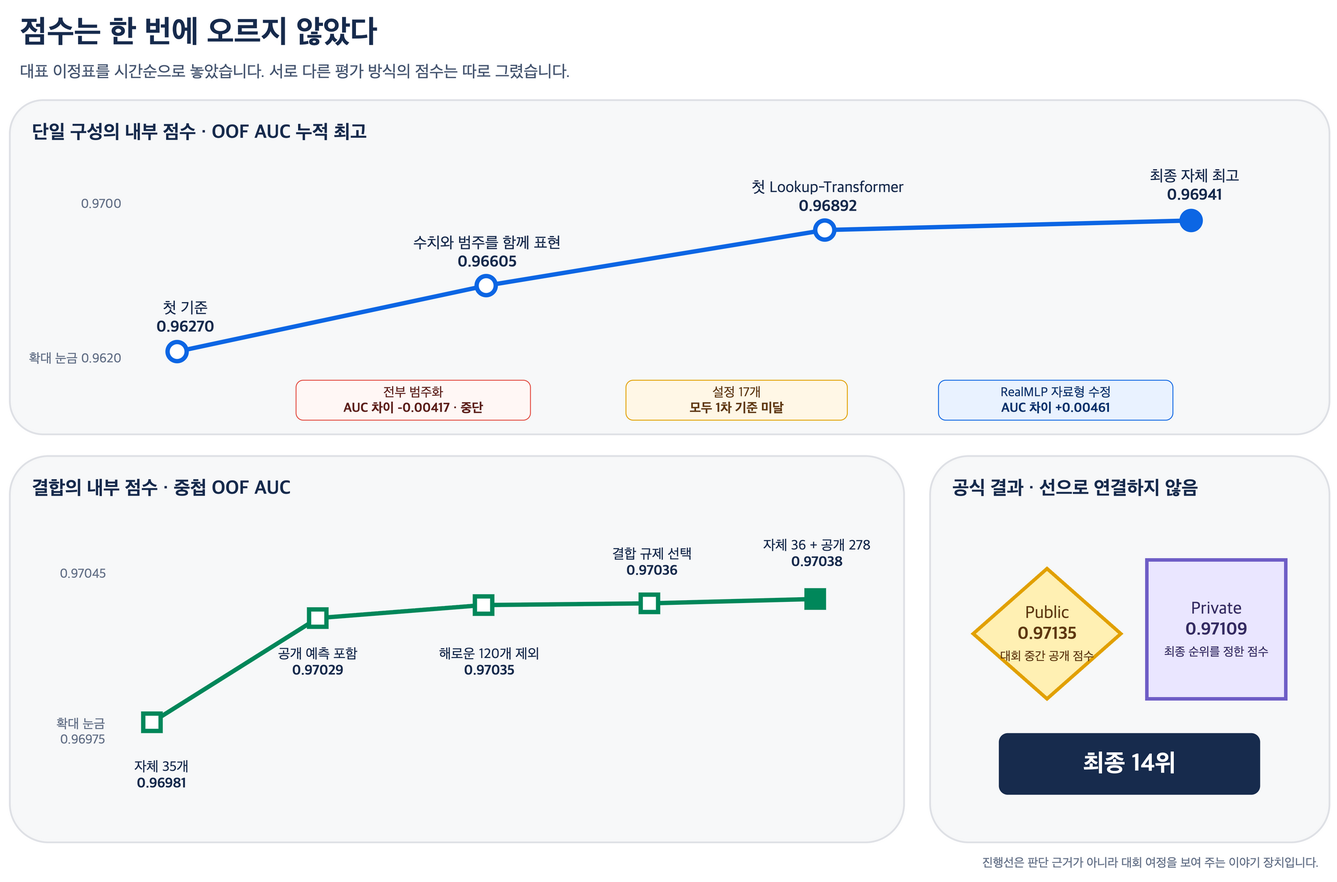
This is docs/prototypes/issue603-assets/score-progression.drawio.png from tmheo/predicting-smartphone-addiction, a draw.io export, as it was before one commit. Source tidied: cells renumbered, new cells last; positions are measured from the earlier drawing's top-left corner, leaving out a move shared by most shapes.
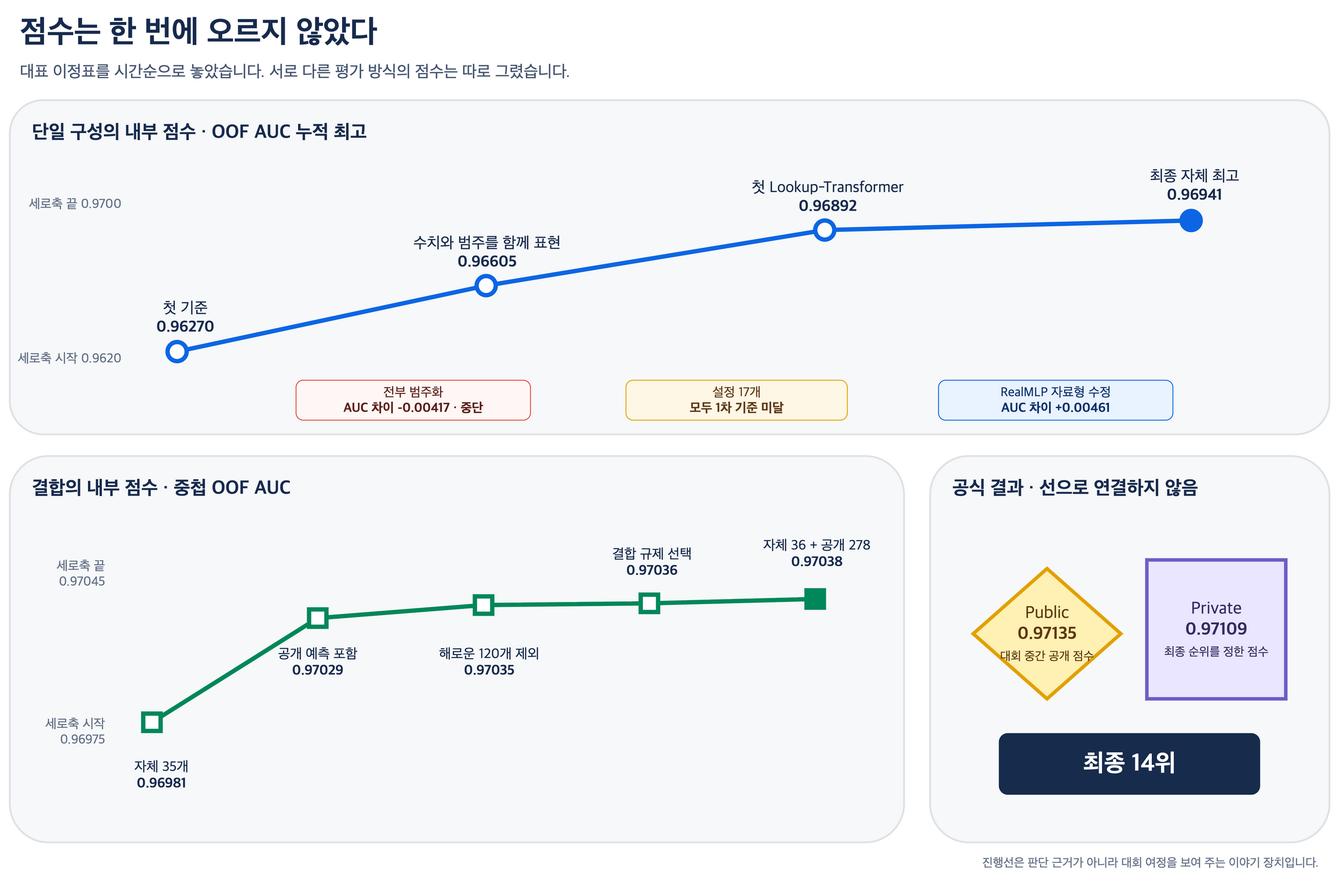
Later version of the same file.

The edit, as a diff of the source:
```diff
@@ -11,10 +11,10 @@
     <mxCell id="4" value="단일 구성의 내부 점수 · OOF AUC 누적 최고" style="rounded=1;whiteSpace=wrap;html=1;arcSize=10;fillColor=#F7F8F9;strokeColor=#DFE1E6;strokeWidth=2;fontFamily=Apple SD Gothic Neo;fontSize=22;fontStyle=1;fontColor=#172B4D;align=left;spacingLeft=24;verticalAlign=top;spacingTop=18;" parent="1" vertex="1">
       <mxGeometry y="105" width="1520" height="385" as="geometry" />
     </mxCell>
-    <mxCell id="5" value="확대 눈금 0.9620" style="text;html=1;align=right;verticalAlign=middle;fontFamily=Apple SD Gothic Neo;fontSize=15;fontColor=#626F86;" parent="1" vertex="1">
+    <mxCell id="5" value="세로축 시작 0.9620" style="text;html=1;align=right;verticalAlign=middle;fontFamily=Apple SD Gothic Neo;fontSize=15;fontColor=#626F86;" parent="1" vertex="1">
       <mxGeometry x="5" y="390" width="125" height="25" as="geometry" />
     </mxCell>
-    <mxCell id="6" value="0.9700" style="text;html=1;align=right;verticalAlign=middle;fontFamily=Apple SD Gothic Neo;fontSize=15;fontColor=#626F86;" parent="1" vertex="1">
+    <mxCell id="6" value="세로축 끝 0.9700" style="text;html=1;align=right;verticalAlign=middle;fontFamily=Apple SD Gothic Neo;fontSize=15;fontColor=#626F86;" parent="1" vertex="1">
       <mxGeometry x="30" y="212" width="100" height="25" as="geometry" />
     </mxCell>
     <mxCell id="7" style="shape=line;strokeColor=#B3B9C4;strokeWidth=2;" parent="1" vertex="1">
@@ -68,11 +68,11 @@
     <mxCell id="23" value="결합의 내부 점수 · 중첩 OOF AUC" style="rounded=1;whiteSpace=wrap;html=1;arcSize=10;fillColor=#F7F8F9;strokeColor=#DFE1E6;strokeWidth=2;fontFamily=Apple SD Gothic Neo;fontSize=22;fontStyle=1;fontColor=#172B4D;align=left;spacingLeft=24;verticalAlign=top;spacingTop=18;" parent="1" vertex="1">
       <mxGeometry y="515" width="1030" height="445" as="geometry" />
     </mxCell>
-    <mxCell id="24" value="확대 눈금&lt;br&gt;0.96975" style="text;html=1;align=right;verticalAlign=middle;whiteSpace=wrap;fontFamily=Apple SD Gothic Neo;fontSize=15;fontColor=#626F86;" parent="1" vertex="1">
+    <mxCell id="24" value="세로축 시작&lt;br&gt;0.96975" style="text;html=1;align=right;verticalAlign=middle;whiteSpace=wrap;fontFamily=Apple SD Gothic Neo;fontSize=15;fontColor=#626F86;" parent="1" vertex="1">
       <mxGeometry x="2" y="812" width="110" height="42" as="geometry" />
     </mxCell>
-    <mxCell id="25" value="0.97045" style="text;html=1;align=right;verticalAlign=middle;fontFamily=Apple SD Gothic Neo;fontSize=15;fontColor=#626F86;" parent="1" vertex="1">
-      <mxGeometry x="12" y="638" width="100" height="25" as="geometry" />
+    <mxCell id="25" value="세로축 끝&lt;br&gt;0.97045" style="text;html=1;align=right;verticalAlign=middle;whiteSpace=wrap;fontFamily=Apple SD Gothic Neo;fontSize=15;fontColor=#626F86;" parent="1" vertex="1">
+      <mxGeometry x="2" y="630" width="110" height="42" as="geometry" />
     </mxCell>
     <mxCell id="26" style="shape=line;strokeColor=#B3B9C4;strokeWidth=2;" parent="1" vertex="1">
       <mxGeometry x="120" y="660" height="175" as="geometry" />
```
